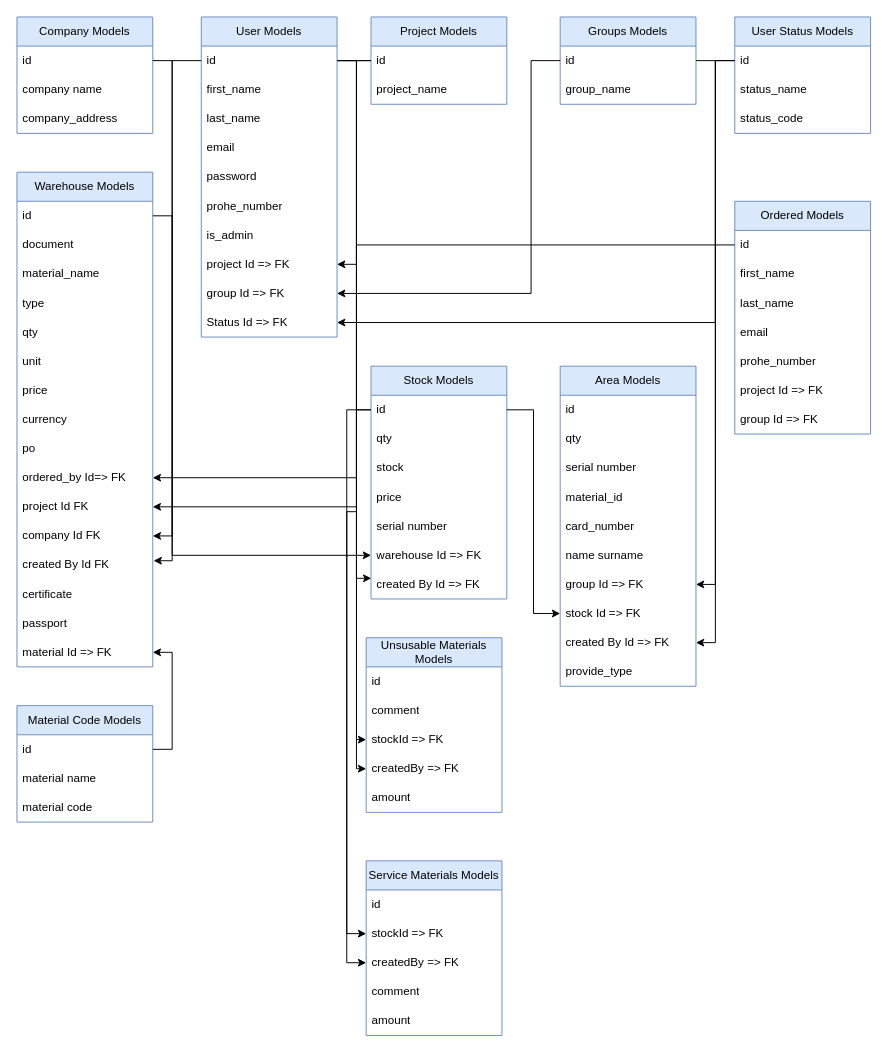
This is DatabaseDiagram.drawio from cavidanbagiri/warehouse-management-server, a draw.io file, before an edit. Source tidied: cells renumbered, new cells numbered last; positions are measured from the earlier drawing's top-left corner, leaving out a move shared by most shapes. Both pictures are drawn from the tidied source at 97%, with x=0, y=0 at pixel (16, 16).
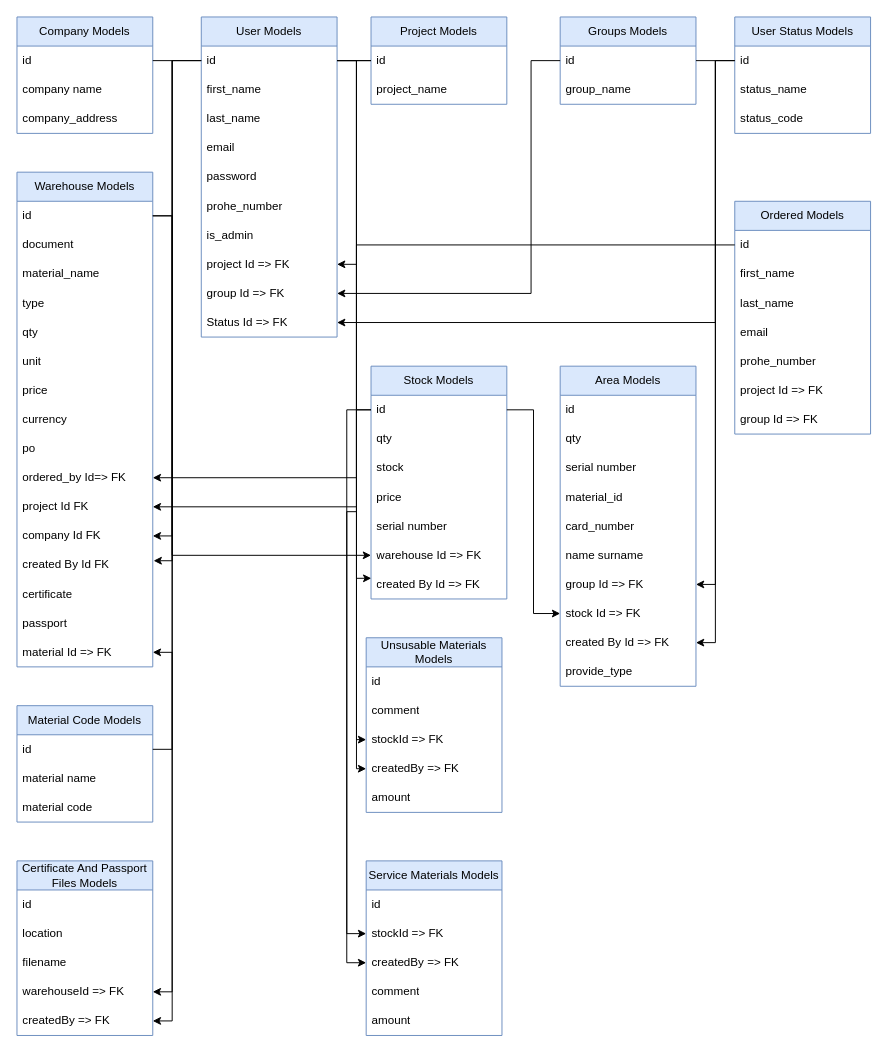
Above is the later version.

The change refers to these unchanged cells:
```xml
<mxCell id="3" value="id" style="text;strokeColor=none;fillColor=none;align=left;verticalAlign=middle;spacingLeft=4;spacingRight=4;overflow=hidden;points=[[0,0.5],[1,0.5]];portConstraint=eastwest;whiteSpace=wrap;html=1;" parent="2" vertex="1">
  <mxGeometry y="30" width="140" height="30" as="geometry" />
</mxCell>
<mxCell id="22" value="id" style="text;strokeColor=none;fillColor=none;align=left;verticalAlign=middle;spacingLeft=4;spacingRight=4;overflow=hidden;points=[[0,0.5],[1,0.5]];portConstraint=eastwest;whiteSpace=wrap;html=1;" parent="21" vertex="1">
  <mxGeometry y="30" width="140" height="30" as="geometry" />
</mxCell>
```

What changed in the source:
```diff
@@
+    <mxCell id="104" value="Certificate And Passport Files Models" style="swimlane;fontStyle=0;horizontal=1;startSize=30;whiteSpace=wrap;html=1;fillColor=#dae8fc;strokeColor=#6c8ebf;" parent="1" vertex="1">
+      <mxGeometry y="870" width="140" height="180" as="geometry" />
+    </mxCell>
+    <mxCell id="105" value="id" style="text;strokeColor=none;fillColor=none;align=left;verticalAlign=middle;spacingLeft=4;spacingRight=4;overflow=hidden;whiteSpace=wrap;html=1;" parent="104" vertex="1">
+      <mxGeometry y="30" width="140" height="30" as="geometry" />
+    </mxCell>
+    <mxCell id="106" value="location" style="text;strokeColor=none;fillColor=none;align=left;verticalAlign=middle;spacingLeft=4;spacingRight=4;overflow=hidden;whiteSpace=wrap;html=1;" parent="104" vertex="1">
+      <mxGeometry y="60" width="140" height="30" as="geometry" />
+    </mxCell>
+    <mxCell id="107" value="filename" style="text;strokeColor=none;fillColor=none;align=left;verticalAlign=middle;spacingLeft=4;spacingRight=4;overflow=hidden;whiteSpace=wrap;html=1;" parent="104" vertex="1">
+      <mxGeometry y="90" width="140" height="30" as="geometry" />
+    </mxCell>
+    <mxCell id="108" value="warehouseId =&amp;gt; FK" style="text;strokeColor=none;fillColor=none;align=left;verticalAlign=middle;spacingLeft=4;spacingRight=4;overflow=hidden;points=[[0,0.5],[1,0.5]];portConstraint=eastwest;whiteSpace=wrap;html=1;" parent="104" vertex="1">
+      <mxGeometry y="120" width="140" height="30" as="geometry" />
+    </mxCell>
+    <mxCell id="109" value="createdBy =&amp;gt; FK" style="text;strokeColor=none;fillColor=none;align=left;verticalAlign=middle;spacingLeft=4;spacingRight=4;overflow=hidden;points=[[0,0.5],[1,0.5]];portConstraint=eastwest;whiteSpace=wrap;html=1;" parent="104" vertex="1">
+      <mxGeometry y="150" width="140" height="30" as="geometry" />
+    </mxCell>
+    <mxCell id="110" style="edgeStyle=orthogonalEdgeStyle;rounded=0;jettySize=auto;html=1;entryX=1;entryY=0.5;entryDx=0;entryDy=0;" parent="1" edge="1" source="22" target="108">
+      <mxGeometry relative="1" as="geometry">
+        <Array as="points">
+          <mxPoint x="160" y="205" />
+          <mxPoint x="160" y="1005" />
+        </Array>
+      </mxGeometry>
+    </mxCell>
+    <mxCell id="111" style="edgeStyle=orthogonalEdgeStyle;rounded=0;jettySize=auto;html=1;entryX=1;entryY=0.5;entryDx=0;entryDy=0;" parent="1" edge="1" source="3" target="109">
+      <mxGeometry relative="1" as="geometry">
+        <Array as="points">
+          <mxPoint x="160" y="45" />
+          <mxPoint x="160" y="1035" />
+        </Array>
+      </mxGeometry>
+    </mxCell>
```
